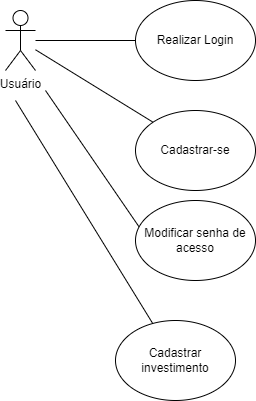
The draw.io diagram Documentacao/CasodeUsoSprint3.png in ICEI-PUC-Minas-PPLES-TI/plf-es-2023-1-ti3-6654100-financelab, before a commit. Source tidied: cells renumbered, new cells last; positions are measured from the earlier drawing's top-left corner, leaving out a move shared by most shapes. The source it was exported from:
```xml
<mxGraphModel>
  <root>
    <mxCell id="0" />
    <mxCell id="1" parent="0" />
    <mxCell id="2" value="Usuário" style="shape=umlActor;verticalLabelPosition=bottom;verticalAlign=top;html=1;outlineConnect=0;" parent="1" vertex="1">
      <mxGeometry y="10" width="30" height="60" as="geometry" />
    </mxCell>
    <mxCell id="3" value="Realizar Login" style="ellipse;whiteSpace=wrap;html=1;" parent="1" vertex="1">
      <mxGeometry x="130" width="120" height="80" as="geometry" />
    </mxCell>
    <mxCell id="4" value="Cadastrar-se" style="ellipse;whiteSpace=wrap;html=1;" parent="1" vertex="1">
      <mxGeometry x="130" y="110" width="120" height="80" as="geometry" />
    </mxCell>
    <mxCell id="5" style="endArrow=none;html=1;rounded=0;entryX=0;entryY=0.5;entryDx=0;entryDy=0;" parent="1" edge="1" source="2" target="3">
      <mxGeometry relative="1" as="geometry" />
    </mxCell>
    <mxCell id="6" style="endArrow=none;html=1;rounded=0;exitX=0;exitY=0;exitDx=0;exitDy=0;" parent="1" edge="1" source="4" target="2">
      <mxGeometry relative="1" as="geometry" />
    </mxCell>
    <mxCell id="7" style="endArrow=none;html=1;rounded=0;exitX=0.03;exitY=0.33;exitDx=0;exitDy=0;exitPerimeter=0;" parent="1" edge="1" source="8">
      <mxGeometry relative="1" as="geometry">
        <mxPoint x="40" y="90" as="targetPoint" />
      </mxGeometry>
    </mxCell>
    <mxCell id="8" value="Modificar senha de acesso" style="ellipse;whiteSpace=wrap;html=1;" parent="1" vertex="1">
      <mxGeometry x="130" y="200" width="120" height="80" as="geometry" />
    </mxCell>
    <mxCell id="9" value="Cadastrar investimento" style="ellipse;whiteSpace=wrap;html=1;" parent="1" vertex="1">
      <mxGeometry x="110" y="320" width="120" height="80" as="geometry" />
    </mxCell>
    <mxCell id="10" style="endArrow=none;html=1;rounded=0;" parent="1" edge="1" source="9">
      <mxGeometry relative="1" as="geometry">
        <mxPoint x="10" y="100" as="targetPoint" />
      </mxGeometry>
    </mxCell>
  </root>
</mxGraphModel>
```
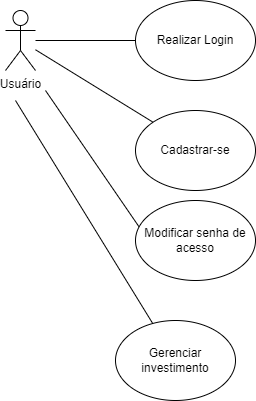
Above is the later version.

The edit, as a diff of the source:
```diff
@@ -25,7 +25,7 @@
     <mxCell id="8" value="Modificar senha de acesso" style="ellipse;whiteSpace=wrap;html=1;" parent="1" vertex="1">
       <mxGeometry x="130" y="200" width="120" height="80" as="geometry" />
     </mxCell>
-    <mxCell id="9" value="Cadastrar investimento" style="ellipse;whiteSpace=wrap;html=1;" parent="1" vertex="1">
+    <mxCell id="9" value="Gerenciar investimento" style="ellipse;whiteSpace=wrap;html=1;" parent="1" vertex="1">
       <mxGeometry x="110" y="320" width="120" height="80" as="geometry" />
     </mxCell>
     <mxCell id="10" style="endArrow=none;html=1;rounded=0;" parent="1" edge="1" source="9">
```
